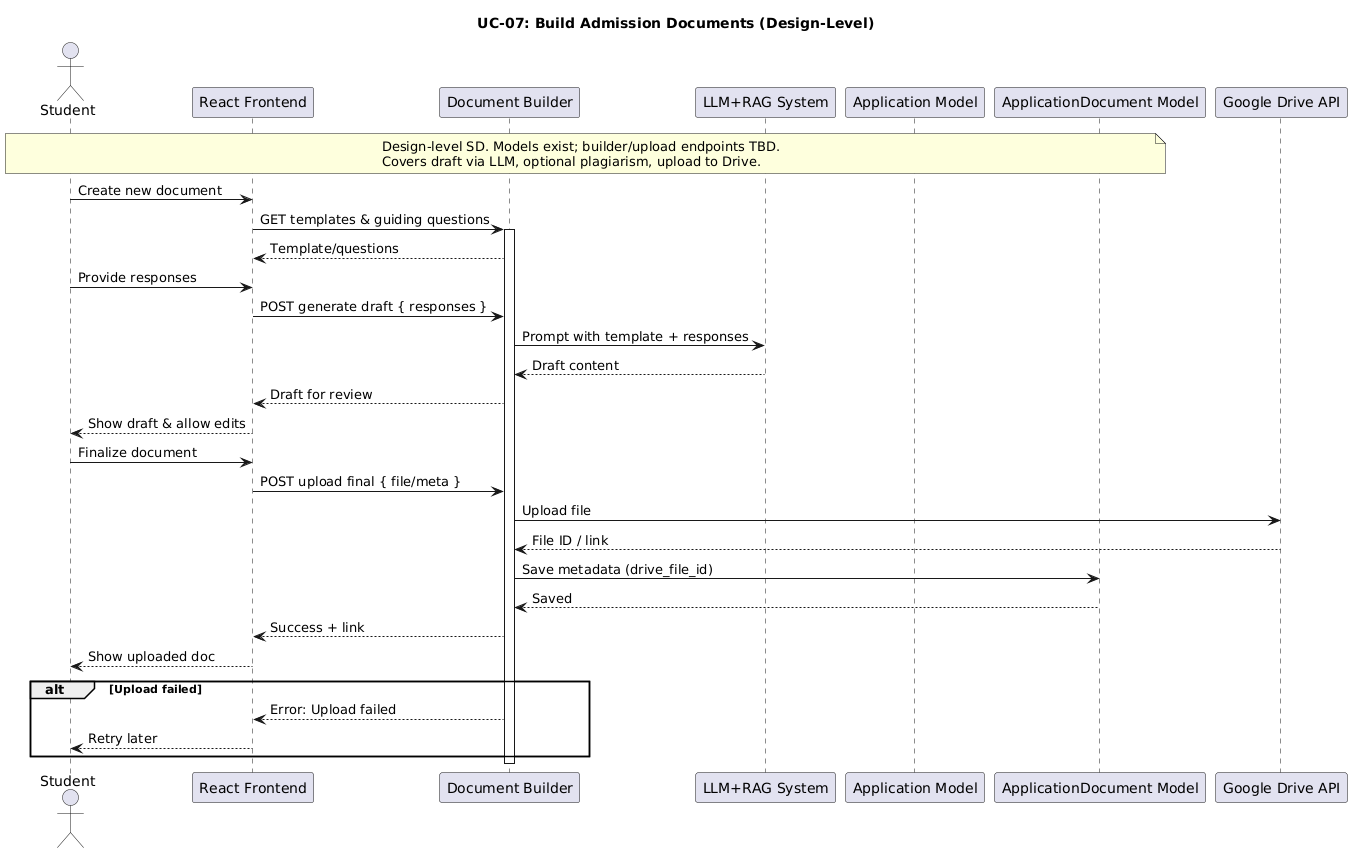
Above: planttext/us7-v1.png in MMMustafakamran/SDs (PlantUML), before the change.
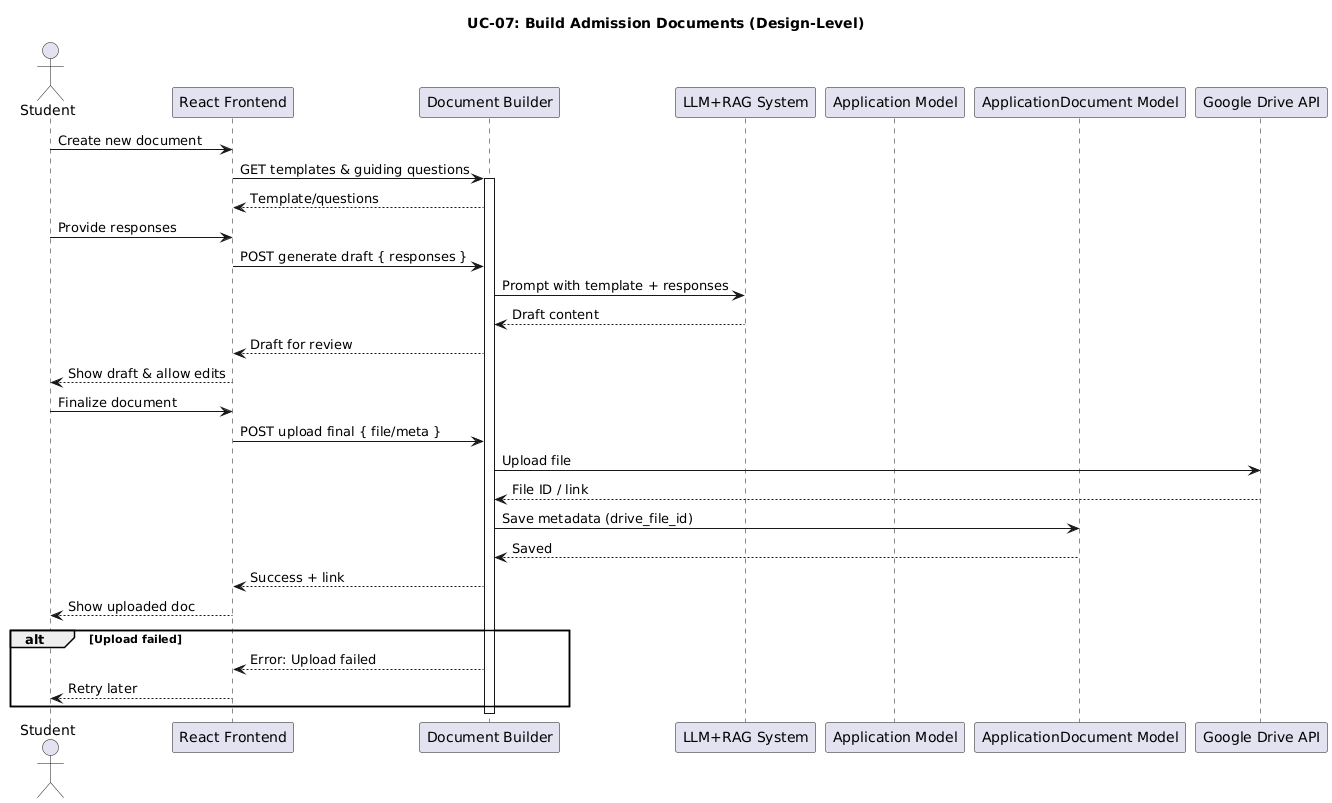
Above is the later version.

Diff of the diagram source:
```diff
@@ -9,10 +9,6 @@
 participant ApplicationDocument as "ApplicationDocument Model"
 participant Drive as "Google Drive API"
 
-note over Student, ApplicationDocument
-Design-level SD. Models exist; builder/upload endpoints TBD.
-Covers draft via LLM, optional plagiarism, upload to Drive.
-end note
 
 Student -> Frontend : Create new document
 Frontend -> DocumentAPI : GET templates & guiding questions
```
